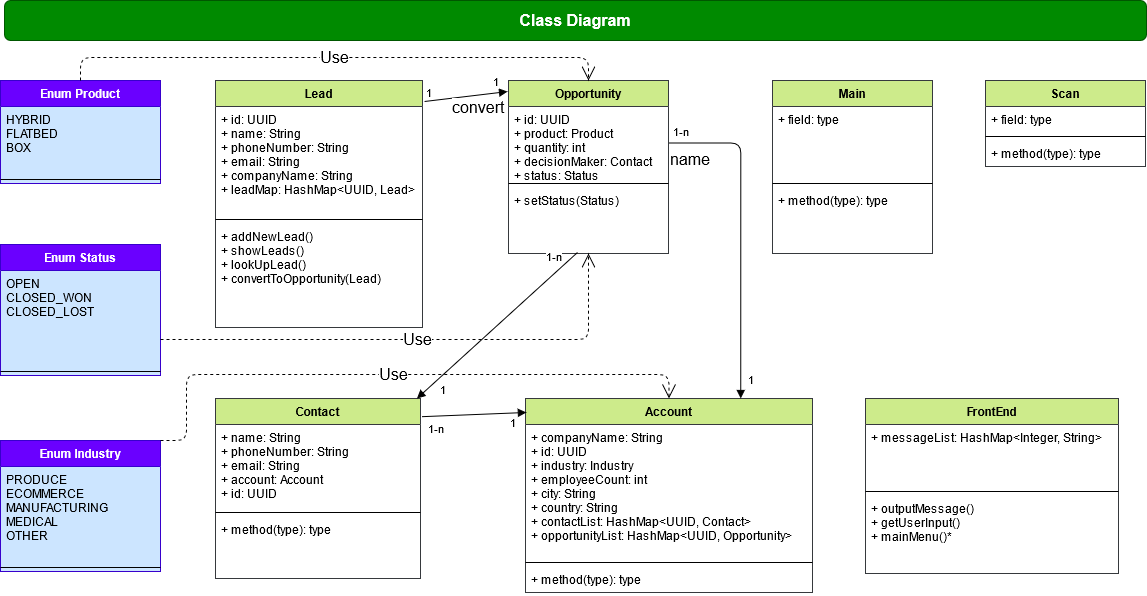
The draw.io diagram docs/ClassDiagram_CRM.png in kemilk/leanCRM, before a commit. Source tidied: cells renumbered, new cells last; positions are measured from the earlier drawing's top-left corner, leaving out a move shared by most shapes.
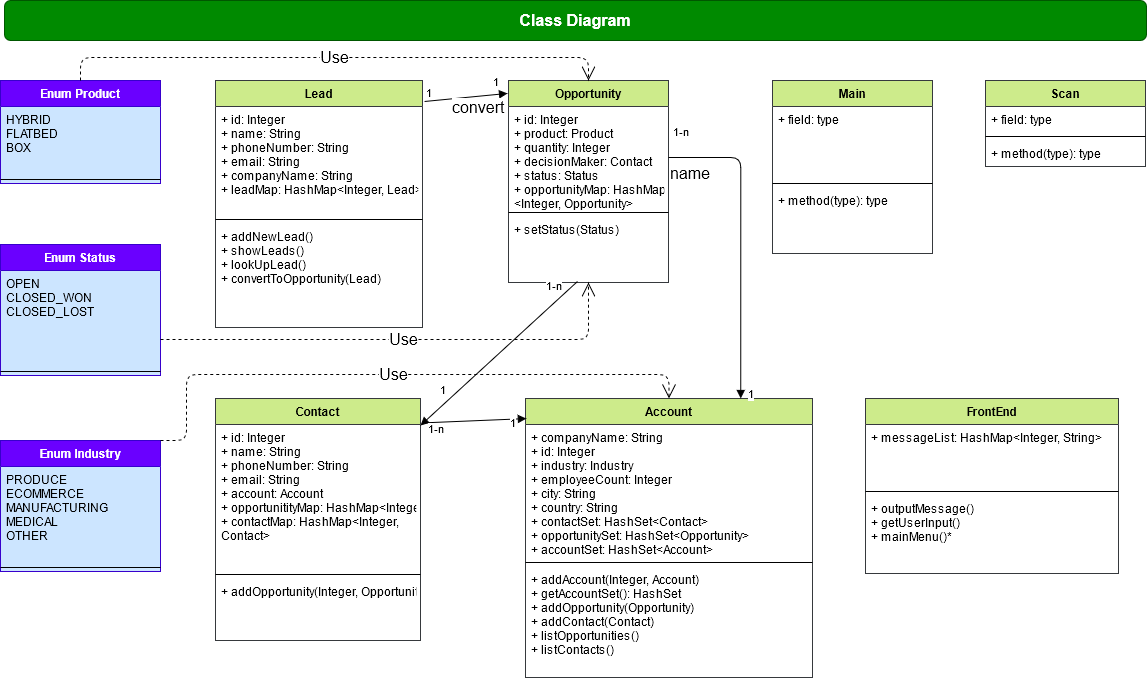
The same file after the commit.

Commit message:
* added UseCase and Class Diagram pngs

Diff of the diagram source:
```diff
@@ -15,16 +15,16 @@
       <mxGeometry y="95" width="160" height="8" as="geometry" />
     </mxCell>
     <mxCell id="6" value="Contact" style="swimlane;fontStyle=1;align=center;verticalAlign=top;horizontal=1;startSize=26;fillColor=#cdeb8b;strokeColor=#36393d;" parent="1" vertex="1">
-      <mxGeometry x="215" y="398" width="205" height="180" as="geometry" />
+      <mxGeometry x="215" y="398" width="205" height="242" as="geometry" />
     </mxCell>
-    <mxCell id="7" value="+ name: String&#10;+ phoneNumber: String&#10;+ email: String&#10;+ account: Account&#10;+ id: UUID&#10;&#10;&#10;" style="text;strokeColor=none;fillColor=none;align=left;verticalAlign=top;spacingLeft=4;spacingRight=4;overflow=hidden;" parent="6" vertex="1">
-      <mxGeometry y="26" width="205" height="84" as="geometry" />
+    <mxCell id="7" value="+ id: Integer&#10;+ name: String&#10;+ phoneNumber: String&#10;+ email: String&#10;+ account: Account&#10;+ opportunitityMap: HashMap&lt;Integer,Opportunity&gt;&#10;+ contactMap: HashMap&lt;Integer,&#10;Contact&gt;" style="text;strokeColor=none;fillColor=none;align=left;verticalAlign=top;spacingLeft=4;spacingRight=4;overflow=hidden;" parent="6" vertex="1">
+      <mxGeometry y="26" width="205" height="146" as="geometry" />
     </mxCell>
     <mxCell id="8" style="line;strokeWidth=1;fillColor=none;align=left;verticalAlign=middle;spacingTop=-1;spacingLeft=3;spacingRight=3;labelPosition=right;" parent="6" vertex="1">
-      <mxGeometry y="110" width="205" height="8" as="geometry" />
+      <mxGeometry y="172" width="205" height="8" as="geometry" />
     </mxCell>
-    <mxCell id="9" value="+ method(type): type" style="text;strokeColor=none;fillColor=none;align=left;verticalAlign=top;spacingLeft=4;spacingRight=4;overflow=hidden;" parent="6" vertex="1">
-      <mxGeometry y="118" width="205" height="62" as="geometry" />
+    <mxCell id="9" value="+ addOpportunity(Integer, Opportunity)" style="text;strokeColor=none;fillColor=none;align=left;verticalAlign=top;spacingLeft=4;spacingRight=4;overflow=hidden;" parent="6" vertex="1">
+      <mxGeometry y="180" width="205" height="62" as="geometry" />
     </mxCell>
     <mxCell id="10" value="Main" style="swimlane;fontStyle=1;align=center;verticalAlign=top;horizontal=1;startSize=26;fillColor=#cdeb8b;strokeColor=#36393d;" parent="1" vertex="1">
       <mxGeometry x="772" y="80" width="160" height="173" as="geometry" />
@@ -48,16 +48,16 @@
       <mxGeometry y="123" width="160" height="8" as="geometry" />
     </mxCell>
     <mxCell id="17" value="Account" style="swimlane;fontStyle=1;align=center;verticalAlign=top;horizontal=1;startSize=26;fillColor=#cdeb8b;strokeColor=#36393d;" parent="1" vertex="1">
-      <mxGeometry x="525" y="398" width="287" height="194" as="geometry" />
+      <mxGeometry x="525" y="398" width="287" height="279" as="geometry" />
     </mxCell>
-    <mxCell id="18" value="+ companyName: String&#10;+ id: UUID&#10;+ industry: Industry&#10;+ employeeCount: int&#10;+ city: String&#10;+ country: String&#10;+ contactList: HashMap&lt;UUID, Contact&gt;&#10;+ opportunityList: HashMap&lt;UUID, Opportunity&gt;&#10;&#10;&#10;" style="text;strokeColor=none;fillColor=none;align=left;verticalAlign=top;spacingLeft=4;spacingRight=4;overflow=hidden;" parent="17" vertex="1">
+    <mxCell id="18" value="+ companyName: String&#10;+ id: Integer&#10;+ industry: Industry&#10;+ employeeCount: Integer&#10;+ city: String&#10;+ country: String&#10;+ contactSet: HashSet&lt;Contact&gt;&#10;+ opportunitySet: HashSet&lt;Opportunity&gt;&#10;+ accountSet: HashSet&lt;Account&gt;" style="text;strokeColor=none;fillColor=none;align=left;verticalAlign=top;spacingLeft=4;spacingRight=4;overflow=hidden;" parent="17" vertex="1">
       <mxGeometry y="26" width="287" height="134" as="geometry" />
     </mxCell>
     <mxCell id="19" style="line;strokeWidth=1;fillColor=none;align=left;verticalAlign=middle;spacingTop=-1;spacingLeft=3;spacingRight=3;labelPosition=right;" parent="17" vertex="1">
       <mxGeometry y="160" width="287" height="8" as="geometry" />
     </mxCell>
-    <mxCell id="20" value="+ method(type): type" style="text;strokeColor=none;fillColor=none;align=left;verticalAlign=top;spacingLeft=4;spacingRight=4;overflow=hidden;" parent="17" vertex="1">
-      <mxGeometry y="168" width="287" height="26" as="geometry" />
+    <mxCell id="20" value="+ addAccount(Integer, Account)&#10;+ getAccountSet(): HashSet&#10;+ addOpportunity(Opportunity)&#10;+ addContact(Contact)&#10;+ listOpportunities()&#10;+ listContacts()&#10;&#10;&#10;" style="text;strokeColor=none;fillColor=none;align=left;verticalAlign=top;spacingLeft=4;spacingRight=4;overflow=hidden;" parent="17" vertex="1">
+      <mxGeometry y="168" width="287" height="111" as="geometry" />
     </mxCell>
     <mxCell id="21" value="Enum Industry&#10;" style="swimlane;fontStyle=1;align=center;verticalAlign=top;horizontal=1;startSize=26;fillColor=#6a00ff;strokeColor=#3700CC;swimlaneFillColor=#CCE5FF;fontColor=#ffffff;" parent="1" vertex="1">
       <mxGeometry y="440" width="160" height="131" as="geometry" />
@@ -83,7 +83,7 @@
     <mxCell id="28" value="Lead" style="swimlane;fontStyle=1;align=center;verticalAlign=top;horizontal=1;startSize=26;fillColor=#cdeb8b;strokeColor=#36393d;" parent="1" vertex="1">
       <mxGeometry x="215" y="80" width="207" height="247" as="geometry" />
     </mxCell>
-    <mxCell id="29" value="+ id: UUID&#10;+ name: String&#10;+ phoneNumber: String&#10;+ email: String&#10;+ companyName: String&#10;+ leadMap: HashMap&lt;UUID, Lead&gt;&#10;" style="text;strokeColor=none;fillColor=none;align=left;verticalAlign=top;spacingLeft=4;spacingRight=4;overflow=hidden;points=[[0,0.5],[1,0.5]];portConstraint=eastwest;" parent="28" vertex="1">
+    <mxCell id="29" value="+ id: Integer&#10;+ name: String&#10;+ phoneNumber: String&#10;+ email: String&#10;+ companyName: String&#10;+ leadMap: HashMap&lt;Integer, Lead&gt;&#10;" style="text;strokeColor=none;fillColor=none;align=left;verticalAlign=top;spacingLeft=4;spacingRight=4;overflow=hidden;points=[[0,0.5],[1,0.5]];portConstraint=eastwest;" parent="28" vertex="1">
       <mxGeometry y="26" width="207" height="109" as="geometry" />
     </mxCell>
     <mxCell id="30" style="line;strokeWidth=1;fillColor=none;align=left;verticalAlign=middle;spacingTop=-1;spacingLeft=3;spacingRight=3;labelPosition=right;" parent="28" vertex="1">
@@ -105,16 +105,16 @@
       <mxGeometry y="60" width="160" height="26" as="geometry" />
     </mxCell>
     <mxCell id="36" value="Opportunity" style="swimlane;fontStyle=1;align=center;verticalAlign=top;horizontal=1;startSize=26;fillColor=#cdeb8b;strokeColor=#36393d;" parent="1" vertex="1">
-      <mxGeometry x="508" y="80" width="160" height="173" as="geometry" />
+      <mxGeometry x="508" y="80" width="160" height="202" as="geometry" />
     </mxCell>
-    <mxCell id="37" value="+ id: UUID&#10;+ product: Product&#10;+ quantity: int&#10;+ decisionMaker: Contact&#10;+ status: Status&#10;&#10;&#10;" style="text;strokeColor=none;fillColor=none;align=left;verticalAlign=top;spacingLeft=4;spacingRight=4;overflow=hidden;points=[[0,0.5],[1,0.5]];portConstraint=eastwest;" parent="36" vertex="1">
-      <mxGeometry y="26" width="160" height="73" as="geometry" />
+    <mxCell id="37" value="+ id: Integer&#10;+ product: Product&#10;+ quantity: Integer&#10;+ decisionMaker: Contact&#10;+ status: Status&#10;+ opportunityMap: HashMap&#10;&lt;Integer, Opportunity&gt;&#10;&#10;&#10;&#10;" style="text;strokeColor=none;fillColor=none;align=left;verticalAlign=top;spacingLeft=4;spacingRight=4;overflow=hidden;points=[[0,0.5],[1,0.5]];portConstraint=eastwest;" parent="36" vertex="1">
+      <mxGeometry y="26" width="160" height="102" as="geometry" />
     </mxCell>
     <mxCell id="38" style="line;strokeWidth=1;fillColor=none;align=left;verticalAlign=middle;spacingTop=-1;spacingLeft=3;spacingRight=3;labelPosition=right;" parent="36" vertex="1">
-      <mxGeometry y="99" width="160" height="8" as="geometry" />
+      <mxGeometry y="128" width="160" height="8" as="geometry" />
     </mxCell>
     <mxCell id="39" value="+ setStatus(Status)" style="text;strokeColor=none;fillColor=none;align=left;verticalAlign=top;spacingLeft=4;spacingRight=4;overflow=hidden;points=[[0,0.5],[1,0.5]];portConstraint=eastwest;" parent="36" vertex="1">
-      <mxGeometry y="107" width="160" height="66" as="geometry" />
+      <mxGeometry y="136" width="160" height="66" as="geometry" />
     </mxCell>
     <mxCell id="40" value="convert" style="endArrow=block;endFill=1;html=1;align=left;verticalAlign=top;fontSize=16;exitX=1.01;exitY=-0.046;exitDx=0;exitDy=0;exitPerimeter=0;entryX=-0.006;entryY=0.064;entryDx=0;entryDy=0;entryPerimeter=0;" parent="1" edge="1" source="29" target="36">
       <mxGeometry x="-0.36" y="7" relative="1" as="geometry" />
```
